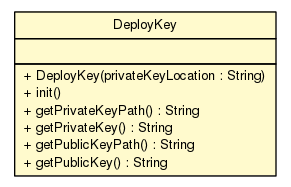
Before: snapshot/build-docker/maven-build-java8/spring-cloud-config/spring-cloud-config-server/apidocs/cn/home1/cloud/config/server/ssh/DeployKey.png, a diagram exported from Graphviz (sfeng9d/spring-cloud-config). Its source is kept beside it as snapshot/build-docker/maven-build-java8/spring-cloud-config/spring-cloud-config-server/apidocs/cn/home1/cloud/config/server/ssh/DeployKey.dot. Source of this version:
```dot

digraph G {
	edge [fontname="Helvetica",fontsize=10,labelfontname="Helvetica",labelfontsize=10];
	node [fontname="Helvetica",fontsize=10,shape=plaintext];
	nodesep=0.25;
	ranksep=0.5;
	c259 [label=<<table title="cn.home1.cloud.config.server.ssh.DeployKey" border="0" cellborder="1" cellspacing="0" cellpadding="2" port="p" bgcolor="lemonChiffon" href="./DeployKey.html">
		<tr><td><table border="0" cellspacing="0" cellpadding="1">
<tr><td align="center" balign="center"> DeployKey </td></tr>
		</table></td></tr>
		<tr><td><table border="0" cellspacing="0" cellpadding="1">
<tr><td align="left" balign="left">  </td></tr>
		</table></td></tr>
		<tr><td><table border="0" cellspacing="0" cellpadding="1">
<tr><td align="left" balign="left"> + DeployKey(privateKeyLocation : String) </td></tr>
<tr><td align="left" balign="left"> + init() </td></tr>
<tr><td align="left" balign="left"> + getPrivateKeyPath() : String </td></tr>
<tr><td align="left" balign="left"> + getPrivateKey() : String </td></tr>
<tr><td align="left" balign="left"> + getPublicKeyPath() : String </td></tr>
<tr><td align="left" balign="left"> + getPublicKey() : String </td></tr>
		</table></td></tr>
		</table>>, URL="./DeployKey.html", fontname="Helvetica", fontcolor="black", fontsize=10.0];
}
```
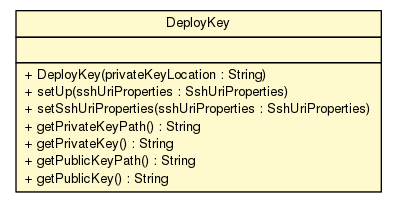
The same file after the commit.

Change to the diagram source:
```diff
@@ -13,7 +13,8 @@
 		</table></td></tr>
 		<tr><td><table border="0" cellspacing="0" cellpadding="1">
 <tr><td align="left" balign="left"> + DeployKey(privateKeyLocation : String) </td></tr>
-<tr><td align="left" balign="left"> + init() </td></tr>
+<tr><td align="left" balign="left"> + setUp(sshUriProperties : SshUriProperties) </td></tr>
+<tr><td align="left" balign="left"> + setSshUriProperties(sshUriProperties : SshUriProperties) </td></tr>
 <tr><td align="left" balign="left"> + getPrivateKeyPath() : String </td></tr>
 <tr><td align="left" balign="left"> + getPrivateKey() : String </td></tr>
 <tr><td align="left" balign="left"> + getPublicKeyPath() : String </td></tr>
```
